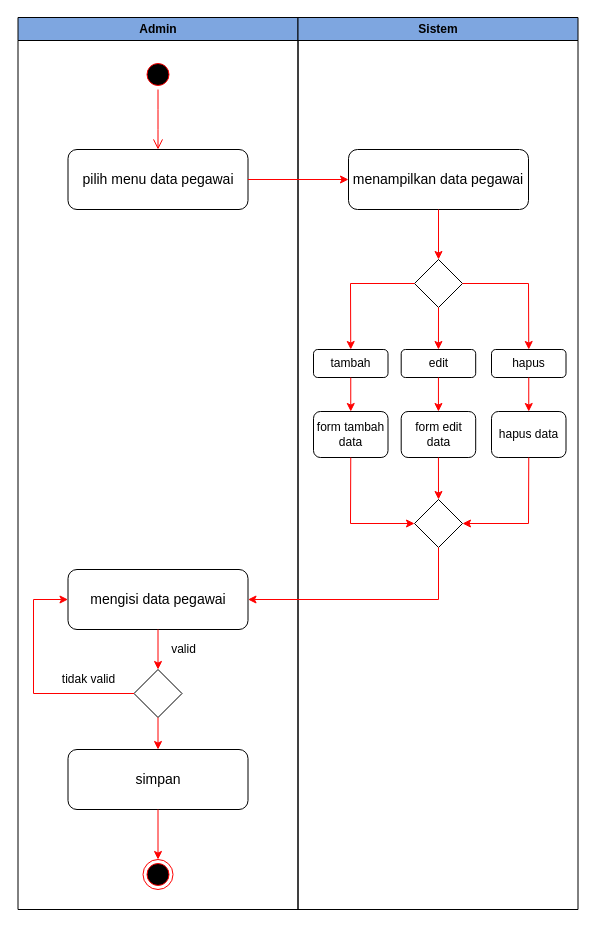
The draw.io diagram MAGANG/RANCANGAN PROJEK/rancangan-fix/activity diagram/t_data pegawai.drawio in M3118061/Semester-6, before the edit. Source tidied: cells renumbered, new cells numbered last; positions are measured from the earlier drawing's top-left corner, leaving out a move shared by most shapes. Both pictures are drawn from the tidied source at 100%, with x=0, y=0 at pixel (17, 17).
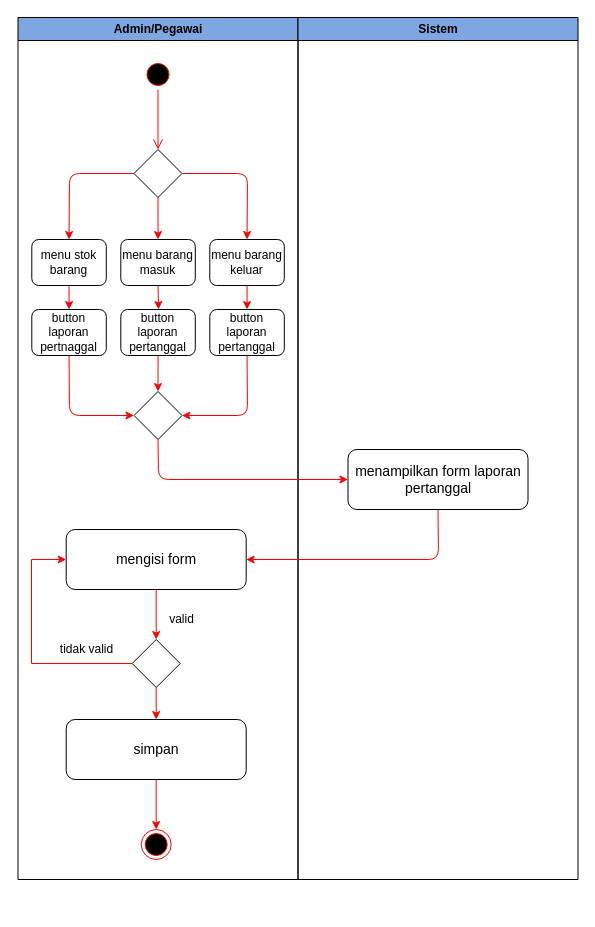
The same page after the edit.

The change refers to these unchanged cells:
```xml
<mxCell id="3" style="ellipse;html=1;shape=startState;fillColor=#000000;strokeColor=#ff0000;fontSize=14;startSize=26;" parent="2" vertex="1">
  <mxGeometry x="125" y="42" width="30" height="30" as="geometry" />
</mxCell>
```

The edit, as a diff of the source:
```diff
@@
-    <mxCell id="2" value="Admin" style="swimlane;whiteSpace=wrap;fillColor=#7EA6E0;" parent="1" vertex="1">
-      <mxGeometry x="0.5" width="280" height="892" as="geometry" />
+    <mxCell id="2" value="Admin/Pegawai" style="swimlane;whiteSpace=wrap;fillColor=#7EA6E0;" parent="1" vertex="1">
+      <mxGeometry x="0.5" width="280" height="862" as="geometry" />
     </mxCell>
@@
-    <mxCell id="4" style="edgeStyle=orthogonalEdgeStyle;html=1;verticalAlign=bottom;endArrow=open;endSize=8;strokeColor=#ff0000;fontSize=14;" parent="2" edge="1" source="3">
-      <mxGeometry relative="1" as="geometry">
-        <mxPoint x="140" y="132" as="targetPoint" />
-      </mxGeometry>
+    <mxCell id="4" style="edgeStyle=orthogonalEdgeStyle;html=1;verticalAlign=bottom;endArrow=open;endSize=8;strokeColor=#ff0000;fontSize=14;" parent="2" edge="1" source="3" target="39">
+      <mxGeometry relative="1" as="geometry" />
     </mxCell>
-    <mxCell id="5" value="pilih menu data pegawai" style="rounded=1;whiteSpace=wrap;html=1;fontSize=14;startSize=26;" parent="2" vertex="1">
-      <mxGeometry x="50" y="132" width="180" height="60" as="geometry" />
-    </mxCell>
-    <mxCell id="6" value="mengisi data pegawai" style="rounded=1;whiteSpace=wrap;html=1;fontSize=14;startSize=26;" parent="2" vertex="1">
-      <mxGeometry x="50" y="552" width="180" height="60" as="geometry" />
-    </mxCell>
     <mxCell id="7" value="simpan" style="rounded=1;whiteSpace=wrap;html=1;fontSize=14;startSize=26;" parent="2" vertex="1">
-      <mxGeometry x="50" y="732" width="180" height="60" as="geometry" />
+      <mxGeometry x="48.2" y="702" width="180" height="60" as="geometry" />
     </mxCell>
     <mxCell id="8" style="rhombus;whiteSpace=wrap;html=1;" parent="2" vertex="1">
-      <mxGeometry x="116" y="652" width="48" height="48" as="geometry" />
+      <mxGeometry x="114.2" y="622" width="48" height="48" as="geometry" />
     </mxCell>
     <mxCell id="9" style="ellipse;html=1;shape=endState;fillColor=#000000;strokeColor=#ff0000;" parent="2" vertex="1">
-      <mxGeometry x="125" y="842" width="30" height="30" as="geometry" />
+      <mxGeometry x="123.2" y="812" width="30" height="30" as="geometry" />
     </mxCell>
-    <mxCell id="10" style="endArrow=classic;html=1;fontSize=14;startSize=26;exitX=0.5;exitY=1;exitDx=0;exitDy=0;strokeColor=#FF0000;entryX=0.5;entryY=0;entryDx=0;entryDy=0;" parent="2" edge="1" source="6" target="8">
+    <mxCell id="10" style="endArrow=classic;html=1;fontSize=14;startSize=26;exitX=0.5;exitY=1;exitDx=0;exitDy=0;strokeColor=#FF0000;entryX=0.5;entryY=0;entryDx=0;entryDy=0;" parent="2" edge="1" source="38" target="8">
       <mxGeometry relative="1" as="geometry" />
     </mxCell>
@@
-    <mxCell id="12" style="endArrow=classic;html=1;fontSize=14;startSize=26;strokeColor=#FF0000;entryX=0;entryY=0.5;entryDx=0;entryDy=0;exitX=0;exitY=0.5;exitDx=0;exitDy=0;rounded=0;" parent="2" edge="1" source="8" target="6">
+    <mxCell id="12" style="endArrow=classic;html=1;fontSize=14;startSize=26;strokeColor=#FF0000;entryX=0;entryY=0.5;entryDx=0;entryDy=0;exitX=0;exitY=0.5;exitDx=0;exitDy=0;rounded=0;" parent="2" edge="1" source="8" target="38">
       <mxGeometry relative="1" as="geometry">
         <Array as="points">
-          <mxPoint x="15.5" y="676" />
-          <mxPoint x="15.5" y="582" />
+          <mxPoint x="13.5" y="646" />
+          <mxPoint x="13.5" y="542" />
         </Array>
       </mxGeometry>
     </mxCell>
@@
     <mxCell id="14" value="tidak valid" style="text;html=1;align=center;verticalAlign=middle;strokeColor=none;" parent="2" vertex="1">
-      <mxGeometry x="35.5" y="652" width="70" height="20" as="geometry" />
+      <mxGeometry x="33.8" y="622" width="70" height="20" as="geometry" />
     </mxCell>
+    <mxCell id="38" value="mengisi form" style="rounded=1;whiteSpace=wrap;html=1;fontSize=14;startSize=26;" parent="2" vertex="1">
+      <mxGeometry x="48.2" y="512" width="180" height="60" as="geometry" />
+    </mxCell>
+    <mxCell id="39" style="rhombus;whiteSpace=wrap;html=1;" parent="2" vertex="1">
+      <mxGeometry x="116" y="132" width="48" height="48" as="geometry" />
+    </mxCell>
+    <mxCell id="40" value="menu stok barang" style="rounded=1;whiteSpace=wrap;html=1;" parent="2" vertex="1">
+      <mxGeometry x="13.8" y="222" width="74.5" height="46" as="geometry" />
+    </mxCell>
+    <mxCell id="41" value="menu barang masuk" style="rounded=1;whiteSpace=wrap;html=1;" parent="2" vertex="1">
+      <mxGeometry x="102.8" y="222" width="74.5" height="46" as="geometry" />
+    </mxCell>
+    <mxCell id="42" value="menu barang keluar" style="rounded=1;whiteSpace=wrap;html=1;" parent="2" vertex="1">
+      <mxGeometry x="191.8" y="222" width="74.5" height="46" as="geometry" />
+    </mxCell>
+    <mxCell id="43" style="endArrow=classic;html=1;fontSize=14;startSize=26;exitX=0.5;exitY=1;exitDx=0;exitDy=0;strokeColor=#FF0000;entryX=0.5;entryY=0;entryDx=0;entryDy=0;" parent="2" edge="1" source="39" target="41">
+      <mxGeometry relative="1" as="geometry" />
+    </mxCell>
+    <mxCell id="44" style="endArrow=classic;html=1;fontSize=14;startSize=26;exitX=1;exitY=0.5;exitDx=0;exitDy=0;strokeColor=#FF0000;entryX=0.5;entryY=0;entryDx=0;entryDy=0;" parent="2" edge="1" source="39" target="42">
+      <mxGeometry relative="1" as="geometry">
+        <Array as="points">
+          <mxPoint x="229.5" y="156" />
+        </Array>
+      </mxGeometry>
+    </mxCell>
+    <mxCell id="45" style="endArrow=classic;html=1;fontSize=14;startSize=26;exitX=0;exitY=0.5;exitDx=0;exitDy=0;strokeColor=#FF0000;entryX=0.5;entryY=0;entryDx=0;entryDy=0;" parent="2" edge="1" source="39" target="40">
+      <mxGeometry relative="1" as="geometry">
+        <Array as="points">
+          <mxPoint x="51.5" y="156" />
+        </Array>
+      </mxGeometry>
+    </mxCell>
+    <mxCell id="46" value="button laporan pertnaggal" style="rounded=1;whiteSpace=wrap;html=1;" parent="2" vertex="1">
+      <mxGeometry x="13.8" y="292" width="74.5" height="46" as="geometry" />
+    </mxCell>
+    <mxCell id="47" value="button laporan pertanggal" style="rounded=1;whiteSpace=wrap;html=1;" parent="2" vertex="1">
+      <mxGeometry x="102.8" y="292" width="74.5" height="46" as="geometry" />
+    </mxCell>
+    <mxCell id="48" value="button laporan pertanggal" style="rounded=1;whiteSpace=wrap;html=1;" parent="2" vertex="1">
+      <mxGeometry x="191.8" y="292" width="74.5" height="46" as="geometry" />
+    </mxCell>
+    <mxCell id="49" style="rhombus;whiteSpace=wrap;html=1;" parent="2" vertex="1">
+      <mxGeometry x="116" y="374" width="48" height="48" as="geometry" />
+    </mxCell>
+    <mxCell id="50" style="endArrow=classic;html=1;fontSize=14;startSize=26;exitX=0.5;exitY=1;exitDx=0;exitDy=0;strokeColor=#FF0000;entryX=0.5;entryY=0;entryDx=0;entryDy=0;" parent="2" edge="1" source="47" target="49">
+      <mxGeometry relative="1" as="geometry" />
+    </mxCell>
+    <mxCell id="51" style="endArrow=classic;html=1;fontSize=14;startSize=26;exitX=0.5;exitY=1;exitDx=0;exitDy=0;strokeColor=#FF0000;entryX=1;entryY=0.5;entryDx=0;entryDy=0;" parent="2" edge="1" source="48" target="49">
+      <mxGeometry relative="1" as="geometry">
+        <Array as="points">
+          <mxPoint x="229.5" y="398" />
+        </Array>
+      </mxGeometry>
+    </mxCell>
+    <mxCell id="52" style="endArrow=classic;html=1;fontSize=14;startSize=26;exitX=0.5;exitY=1;exitDx=0;exitDy=0;strokeColor=#FF0000;" parent="2" edge="1" source="41">
+      <mxGeometry relative="1" as="geometry">
+        <mxPoint x="140.5" y="292" as="targetPoint" />
+      </mxGeometry>
+    </mxCell>
+    <mxCell id="53" style="endArrow=classic;html=1;fontSize=14;startSize=26;strokeColor=#FF0000;exitX=0.5;exitY=1;exitDx=0;exitDy=0;entryX=0.5;entryY=0;entryDx=0;entryDy=0;" parent="2" edge="1" source="42" target="48">
+      <mxGeometry relative="1" as="geometry" />
+    </mxCell>
+    <mxCell id="54" style="endArrow=classic;html=1;fontSize=14;startSize=26;strokeColor=#FF0000;exitX=0.5;exitY=1;exitDx=0;exitDy=0;entryX=0.5;entryY=0;entryDx=0;entryDy=0;" parent="2" edge="1" source="40" target="46">
+      <mxGeometry relative="1" as="geometry" />
+    </mxCell>
+    <mxCell id="55" style="endArrow=classic;html=1;fontSize=14;startSize=26;strokeColor=#FF0000;exitX=0.5;exitY=1;exitDx=0;exitDy=0;entryX=0;entryY=0.5;entryDx=0;entryDy=0;" parent="2" edge="1" source="46" target="49">
+      <mxGeometry relative="1" as="geometry">
+        <Array as="points">
+          <mxPoint x="51.5" y="398" />
+        </Array>
+      </mxGeometry>
+    </mxCell>
     <mxCell id="15" value="Sistem" style="swimlane;whiteSpace=wrap;fillColor=#7EA6E0;" parent="1" vertex="1">
-      <mxGeometry x="280.5" width="280" height="892" as="geometry" />
+      <mxGeometry x="280.5" width="280" height="862" as="geometry" />
     </mxCell>
-    <mxCell id="16" value="menampilkan data pegawai" style="rounded=1;whiteSpace=wrap;html=1;fontSize=14;startSize=26;" parent="15" vertex="1">
-      <mxGeometry x="50.5" y="132" width="180" height="60" as="geometry" />
+    <mxCell id="16" value="menampilkan form laporan pertanggal" style="rounded=1;whiteSpace=wrap;html=1;fontSize=14;startSize=26;" parent="15" vertex="1">
+      <mxGeometry x="50" y="432" width="180" height="60" as="geometry" />
     </mxCell>
-    <mxCell id="17" style="rhombus;whiteSpace=wrap;html=1;" parent="15" vertex="1">
-      <mxGeometry x="116.5" y="242" width="48" height="48" as="geometry" />
-    </mxCell>
-    <mxCell id="18" value="tambah" style="rounded=1;whiteSpace=wrap;html=1;" parent="15" vertex="1">
-      <mxGeometry x="15.5" y="332" width="74.5" height="28" as="geometry" />
-    </mxCell>
-    <mxCell id="19" value="edit" style="rounded=1;whiteSpace=wrap;html=1;" parent="15" vertex="1">
-      <mxGeometry x="103.2" y="332" width="74.5" height="28" as="geometry" />
-    </mxCell>
-    <mxCell id="20" value="hapus" style="rounded=1;whiteSpace=wrap;html=1;" parent="15" vertex="1">
-      <mxGeometry x="193.5" y="332" width="74.5" height="28" as="geometry" />
-    </mxCell>
-    <mxCell id="21" value="form tambah data" style="rounded=1;whiteSpace=wrap;html=1;" parent="15" vertex="1">
-      <mxGeometry x="15.5" y="394" width="74.5" height="46" as="geometry" />
-    </mxCell>
-    <mxCell id="22" value="form edit data" style="rounded=1;whiteSpace=wrap;html=1;" parent="15" vertex="1">
-      <mxGeometry x="103.2" y="394" width="74.5" height="46" as="geometry" />
-    </mxCell>
-    <mxCell id="23" value="hapus data" style="rounded=1;whiteSpace=wrap;html=1;" parent="15" vertex="1">
-      <mxGeometry x="193.5" y="394" width="74.5" height="46" as="geometry" />
-    </mxCell>
-    <mxCell id="24" style="rhombus;whiteSpace=wrap;html=1;" parent="15" vertex="1">
-      <mxGeometry x="116.5" y="482" width="48" height="48" as="geometry" />
-    </mxCell>
-    <mxCell id="25" style="endArrow=classic;html=1;fontSize=14;startSize=26;exitX=0.5;exitY=1;exitDx=0;exitDy=0;strokeColor=#FF0000;entryX=0.5;entryY=0;entryDx=0;entryDy=0;" parent="15" edge="1" source="16" target="17">
-      <mxGeometry relative="1" as="geometry" />
-    </mxCell>
-    <mxCell id="26" style="endArrow=classic;html=1;fontSize=14;startSize=26;exitX=0.5;exitY=1;exitDx=0;exitDy=0;strokeColor=#FF0000;entryX=0.5;entryY=0;entryDx=0;entryDy=0;" parent="15" edge="1" source="17" target="19">
-      <mxGeometry relative="1" as="geometry" />
-    </mxCell>
-    <mxCell id="27" style="endArrow=classic;html=1;fontSize=14;startSize=26;exitX=1;exitY=0.5;exitDx=0;exitDy=0;strokeColor=#FF0000;entryX=0.5;entryY=0;entryDx=0;entryDy=0;rounded=0;" parent="15" edge="1" source="17" target="20">
-      <mxGeometry relative="1" as="geometry">
-        <Array as="points">
-          <mxPoint x="230.5" y="266" />
-        </Array>
-      </mxGeometry>
-    </mxCell>
-    <mxCell id="28" style="endArrow=classic;html=1;fontSize=14;startSize=26;exitX=0;exitY=0.5;exitDx=0;exitDy=0;strokeColor=#FF0000;entryX=0.5;entryY=0;entryDx=0;entryDy=0;rounded=0;" parent="15" edge="1" source="17" target="18">
-      <mxGeometry relative="1" as="geometry">
-        <Array as="points">
-          <mxPoint x="52.5" y="266" />
-        </Array>
-      </mxGeometry>
-    </mxCell>
-    <mxCell id="29" style="endArrow=classic;html=1;fontSize=14;startSize=26;exitX=0.5;exitY=1;exitDx=0;exitDy=0;strokeColor=#FF0000;entryX=0.5;entryY=0;entryDx=0;entryDy=0;" parent="15" edge="1" source="19" target="22">
-      <mxGeometry relative="1" as="geometry" />
-    </mxCell>
-    <mxCell id="30" style="endArrow=classic;html=1;fontSize=14;startSize=26;exitX=0.5;exitY=1;exitDx=0;exitDy=0;strokeColor=#FF0000;entryX=0.5;entryY=0;entryDx=0;entryDy=0;" parent="15" edge="1" source="20" target="23">
-      <mxGeometry relative="1" as="geometry" />
-    </mxCell>
-    <mxCell id="31" style="endArrow=classic;html=1;fontSize=14;startSize=26;exitX=0.5;exitY=1;exitDx=0;exitDy=0;strokeColor=#FF0000;entryX=0.5;entryY=0;entryDx=0;entryDy=0;" parent="15" edge="1" source="18" target="21">
-      <mxGeometry relative="1" as="geometry" />
-    </mxCell>
-    <mxCell id="32" style="endArrow=classic;html=1;fontSize=14;startSize=26;exitX=0.5;exitY=1;exitDx=0;exitDy=0;strokeColor=#FF0000;entryX=0.5;entryY=0;entryDx=0;entryDy=0;" parent="15" edge="1" source="22" target="24">
-      <mxGeometry relative="1" as="geometry" />
-    </mxCell>
-    <mxCell id="33" style="endArrow=classic;html=1;fontSize=14;startSize=26;exitX=0.5;exitY=1;exitDx=0;exitDy=0;strokeColor=#FF0000;entryX=1;entryY=0.5;entryDx=0;entryDy=0;rounded=0;" parent="15" edge="1" source="23" target="24">
-      <mxGeometry relative="1" as="geometry">
-        <Array as="points">
-          <mxPoint x="230.5" y="506" />
-        </Array>
-      </mxGeometry>
-    </mxCell>
-    <mxCell id="34" style="endArrow=classic;html=1;fontSize=14;startSize=26;exitX=0.5;exitY=1;exitDx=0;exitDy=0;strokeColor=#FF0000;entryX=0;entryY=0.5;entryDx=0;entryDy=0;rounded=0;" parent="15" edge="1" source="21" target="24">
-      <mxGeometry relative="1" as="geometry">
-        <Array as="points">
-          <mxPoint x="52.5" y="506" />
-        </Array>
-      </mxGeometry>
-    </mxCell>
-    <mxCell id="35" style="endArrow=classic;html=1;fontSize=14;startSize=26;exitX=1;exitY=0.5;exitDx=0;exitDy=0;strokeColor=#FF0000;entryX=0;entryY=0.5;entryDx=0;entryDy=0;" parent="1" edge="1" source="5" target="16">
-      <mxGeometry relative="1" as="geometry" />
-    </mxCell>
-    <mxCell id="36" style="endArrow=classic;html=1;fontSize=14;startSize=26;exitX=0.5;exitY=1;exitDx=0;exitDy=0;strokeColor=#FF0000;entryX=1;entryY=0.5;entryDx=0;entryDy=0;rounded=0;" parent="1" edge="1" source="24" target="6">
-      <mxGeometry relative="1" as="geometry">
-        <Array as="points">
-          <mxPoint x="421" y="582" />
-        </Array>
-      </mxGeometry>
-    </mxCell>
     <mxCell id="37" value="valid" style="text;html=1;align=center;verticalAlign=middle;strokeColor=none;" parent="1" vertex="1">
-      <mxGeometry x="146" y="622" width="40" height="20" as="geometry" />
+      <mxGeometry x="144.2" y="592" width="40" height="20" as="geometry" />
     </mxCell>
+    <mxCell id="56" style="endArrow=classic;html=1;fontSize=14;startSize=26;exitX=0.5;exitY=1;exitDx=0;exitDy=0;strokeColor=#FF0000;entryX=0;entryY=0.5;entryDx=0;entryDy=0;" parent="1" edge="1" source="49" target="16">
+      <mxGeometry relative="1" as="geometry">
+        <Array as="points">
+          <mxPoint x="141" y="462" />
+        </Array>
+      </mxGeometry>
+    </mxCell>
+    <mxCell id="57" style="endArrow=classic;html=1;fontSize=14;startSize=26;exitX=0.5;exitY=1;exitDx=0;exitDy=0;strokeColor=#FF0000;entryX=1;entryY=0.5;entryDx=0;entryDy=0;" parent="1" edge="1" source="16" target="38">
+      <mxGeometry relative="1" as="geometry">
+        <Array as="points">
+          <mxPoint x="421" y="542" />
+        </Array>
+      </mxGeometry>
+    </mxCell>
```
